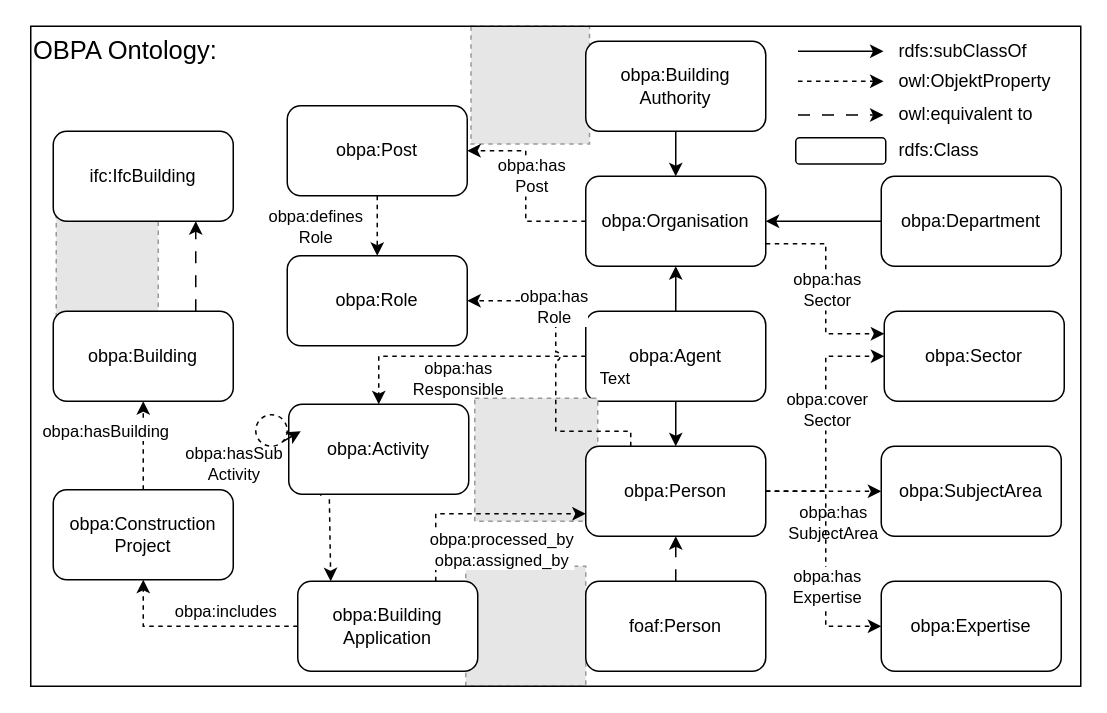
SebSeis/OBPA keeps this draw.io diagram as page "Print" (2 of 2) of OBPA-Diagrams/OBPA_Overview.drawio. Above is the earlier version. Source tidied: cells renumbered, new cells numbered last; positions are measured from the earlier drawing's top-left corner, leaving out a move shared by most shapes. Both pictures are drawn from the tidied source at 150%, with x=0, y=0 at pixel (30, 26). Pictures stored in the file or linked from it are replaced by grey dashed boxes.
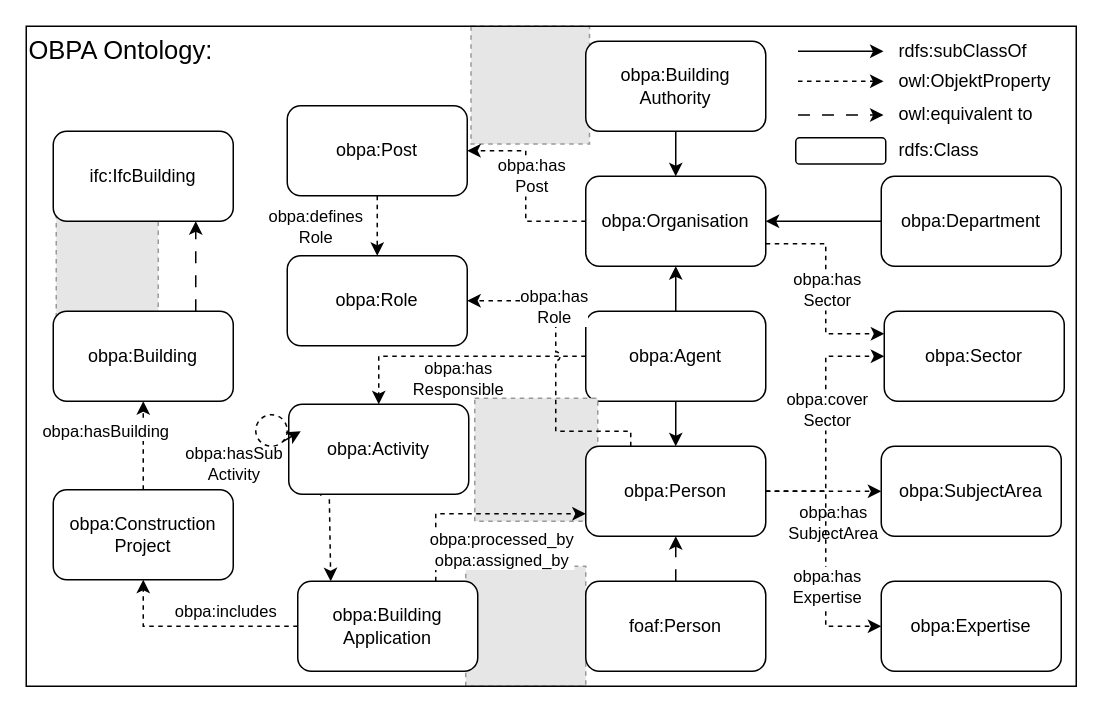
Above is the later version.

Diff of the diagram source:
```diff
@@
-    <mxCell id="58" value="Text" style="text;html=1;strokeColor=none;fillColor=none;align=center;verticalAlign=middle;whiteSpace=wrap;rounded=0;fontSize=11;" parent="1" vertex="1">
-      <mxGeometry x="360" y="220" width="60" height="30" as="geometry" />
-    </mxCell>
@@
     <mxCell id="60" value="&lt;font style=&quot;font-size: 13px;&quot;&gt;&lt;font style=&quot;font-size: 14px;&quot;&gt;&lt;font style=&quot;font-size: 15px;&quot;&gt;&lt;font style=&quot;font-size: 16px;&quot;&gt;&lt;font style=&quot;font-size: 17px;&quot;&gt;OBPA Ontology:&lt;/font&gt;&lt;/font&gt;&lt;/font&gt;&lt;/font&gt;&lt;/font&gt;" style="rounded=0;whiteSpace=wrap;html=1;align=left;verticalAlign=top;fillColor=none;" parent="1" vertex="1">
-      <mxGeometry width="700" height="440" as="geometry" />
+      <mxGeometry x="-3" width="700" height="440" as="geometry" />
     </mxCell>
```
